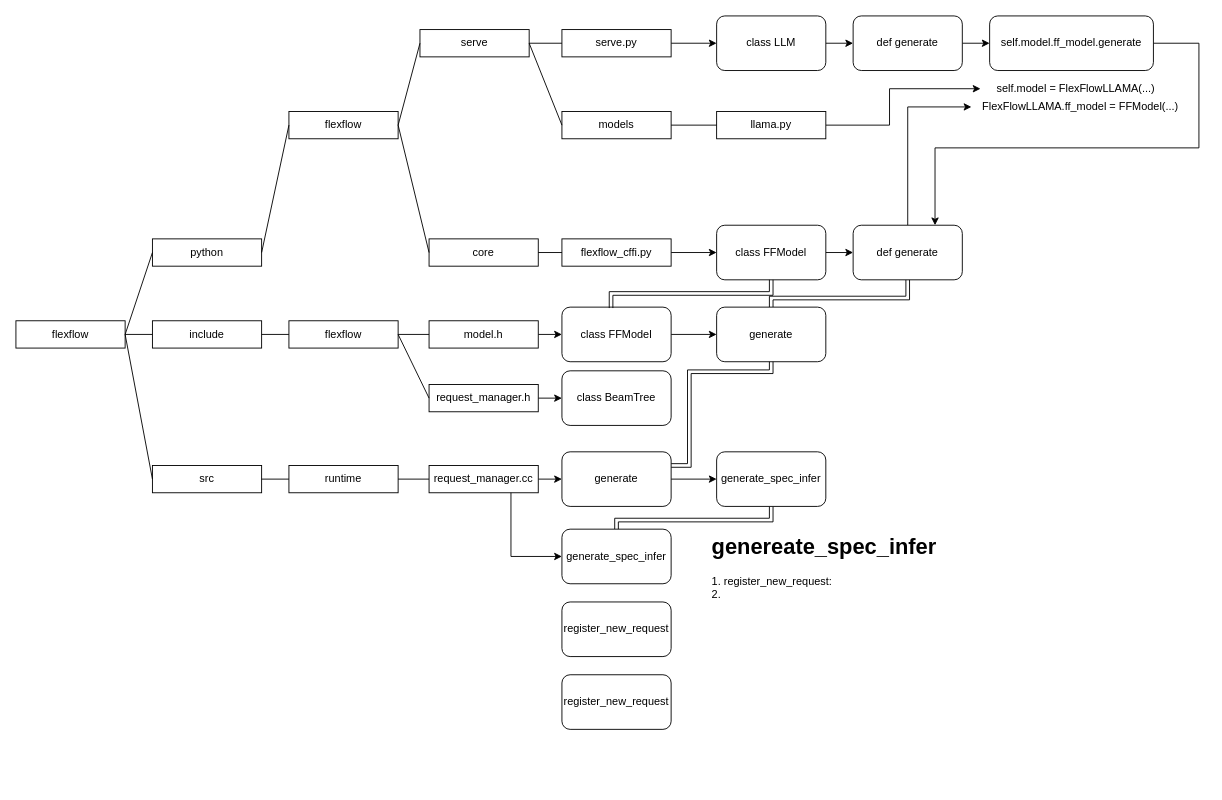
This is study/system/flexflow_spec_infer_logic.drawio from KnowingNothing/ZSZ_Samples, a draw.io file, before an edit. Source tidied: cells renumbered, new cells numbered last; positions are measured from the earlier drawing's top-left corner, leaving out a move shared by most shapes. Both pictures are drawn from the tidied source at 91%, with x=0, y=0 at pixel (15, 15).
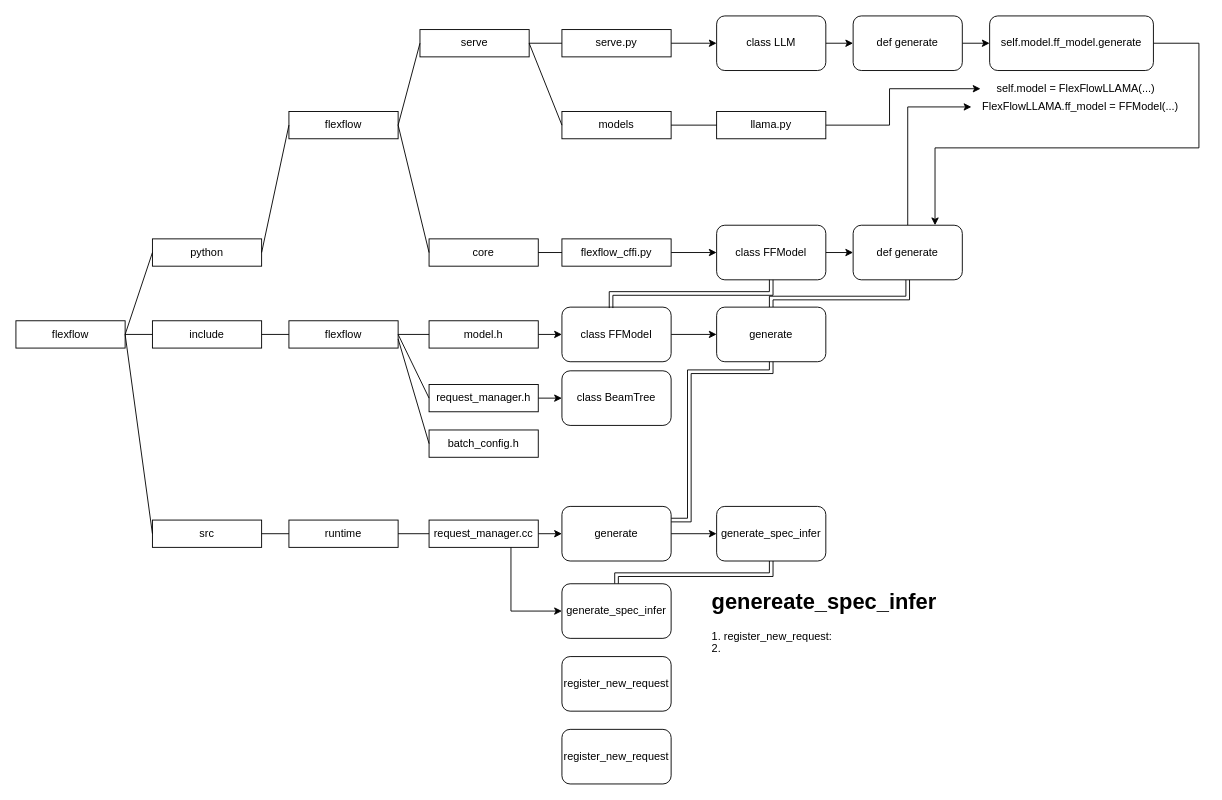
After the change.

Change to the diagram source:
```diff
@@
     <mxCell id="45" style="edgeStyle=orthogonalEdgeStyle;rounded=0;jettySize=auto;html=1;exitX=0.5;exitY=1;exitDx=0;exitDy=0;entryX=1;entryY=0.25;entryDx=0;entryDy=0;shape=link;" parent="1" edge="1" target="55">
       <mxGeometry relative="1" as="geometry">
         <mxPoint x="830" y="376" as="sourcePoint" />
         <Array as="points">
           <mxPoint x="830" y="391" />
           <mxPoint x="740" y="391" />
-          <mxPoint x="740" y="494" />
+          <mxPoint x="740" y="554" />
         </Array>
       </mxGeometry>
     </mxCell>
@@
     <mxCell id="47" value="src" style="rounded=0;whiteSpace=wrap;html=1;" parent="1" vertex="1">
-      <mxGeometry x="150" y="494" width="120" height="30" as="geometry" />
+      <mxGeometry x="150" y="554" width="120" height="30" as="geometry" />
     </mxCell>
@@
     <mxCell id="49" value="runtime" style="rounded=0;whiteSpace=wrap;html=1;" parent="1" vertex="1">
-      <mxGeometry x="300" y="494" width="120" height="30" as="geometry" />
+      <mxGeometry x="300" y="554" width="120" height="30" as="geometry" />
     </mxCell>
@@
     <mxCell id="52" value="request_manager.cc" style="rounded=0;whiteSpace=wrap;html=1;" parent="1" vertex="1">
-      <mxGeometry x="454" y="494" width="120" height="30" as="geometry" />
+      <mxGeometry x="454" y="554" width="120" height="30" as="geometry" />
     </mxCell>
@@
     <mxCell id="55" value="generate" style="rounded=1;whiteSpace=wrap;html=1;" parent="1" vertex="1">
-      <mxGeometry x="600" y="479" width="120" height="60" as="geometry" />
+      <mxGeometry x="600" y="539" width="120" height="60" as="geometry" />
     </mxCell>
     <mxCell id="56" style="edgeStyle=orthogonalEdgeStyle;rounded=0;jettySize=auto;html=1;exitX=0.5;exitY=1;exitDx=0;exitDy=0;entryX=0.5;entryY=0;entryDx=0;entryDy=0;shape=link;" parent="1" edge="1" source="57" target="58">
       <mxGeometry relative="1" as="geometry">
         <Array as="points">
-          <mxPoint x="830" y="554" />
-          <mxPoint x="660" y="554" />
+          <mxPoint x="830" y="614" />
+          <mxPoint x="660" y="614" />
         </Array>
       </mxGeometry>
     </mxCell>
     <mxCell id="57" value="generate_spec_infer" style="rounded=1;whiteSpace=wrap;html=1;" parent="1" vertex="1">
-      <mxGeometry x="770" y="479" width="120" height="60" as="geometry" />
+      <mxGeometry x="770" y="539" width="120" height="60" as="geometry" />
     </mxCell>
     <mxCell id="58" value="generate_spec_infer" style="rounded=1;whiteSpace=wrap;html=1;" parent="1" vertex="1">
-      <mxGeometry x="600" y="564" width="120" height="60" as="geometry" />
+      <mxGeometry x="600" y="624" width="120" height="60" as="geometry" />
     </mxCell>
     <mxCell id="59" style="edgeStyle=orthogonalEdgeStyle;rounded=0;jettySize=auto;html=1;exitX=0.75;exitY=1;exitDx=0;exitDy=0;entryX=0;entryY=0.5;entryDx=0;entryDy=0;" parent="1" edge="1" source="52" target="58">
       <mxGeometry relative="1" as="geometry">
         <Array as="points">
-          <mxPoint x="544" y="594" />
+          <mxPoint x="544" y="654" />
         </Array>
       </mxGeometry>
     </mxCell>
     <mxCell id="60" value="&lt;h1&gt;genereate_spec_infer&lt;/h1&gt;&lt;div&gt;1. register_new_request:&amp;nbsp;&lt;/div&gt;&lt;div&gt;2.&amp;nbsp;&lt;/div&gt;" style="text;html=1;strokeColor=none;fillColor=none;spacing=5;spacingTop=-20;whiteSpace=wrap;overflow=hidden;rounded=0;" parent="1" vertex="1">
-      <mxGeometry x="760" y="564" width="410" height="120" as="geometry" />
+      <mxGeometry x="760" y="624" width="410" height="120" as="geometry" />
     </mxCell>
     <mxCell id="61" value="register_new_request" style="rounded=1;whiteSpace=wrap;html=1;" parent="1" vertex="1">
-      <mxGeometry x="600" y="644" width="120" height="60" as="geometry" />
+      <mxGeometry x="600" y="704" width="120" height="60" as="geometry" />
     </mxCell>
     <mxCell id="62" value="register_new_request" style="rounded=1;whiteSpace=wrap;html=1;" parent="1" vertex="1">
-      <mxGeometry x="600" y="724" width="120" height="60" as="geometry" />
+      <mxGeometry x="600" y="784" width="120" height="60" as="geometry" />
     </mxCell>
@@
+    <mxCell id="67" value="batch_config.h" style="rounded=0;whiteSpace=wrap;html=1;" parent="1" vertex="1">
+      <mxGeometry x="454" y="455" width="120" height="30" as="geometry" />
+    </mxCell>
+    <mxCell id="68" style="endArrow=none;html=1;rounded=0;entryX=0;entryY=0.5;entryDx=0;entryDy=0;" parent="1" edge="1" target="67">
+      <mxGeometry relative="1" as="geometry">
+        <mxPoint x="420" y="355" as="sourcePoint" />
+      </mxGeometry>
+    </mxCell>
```
